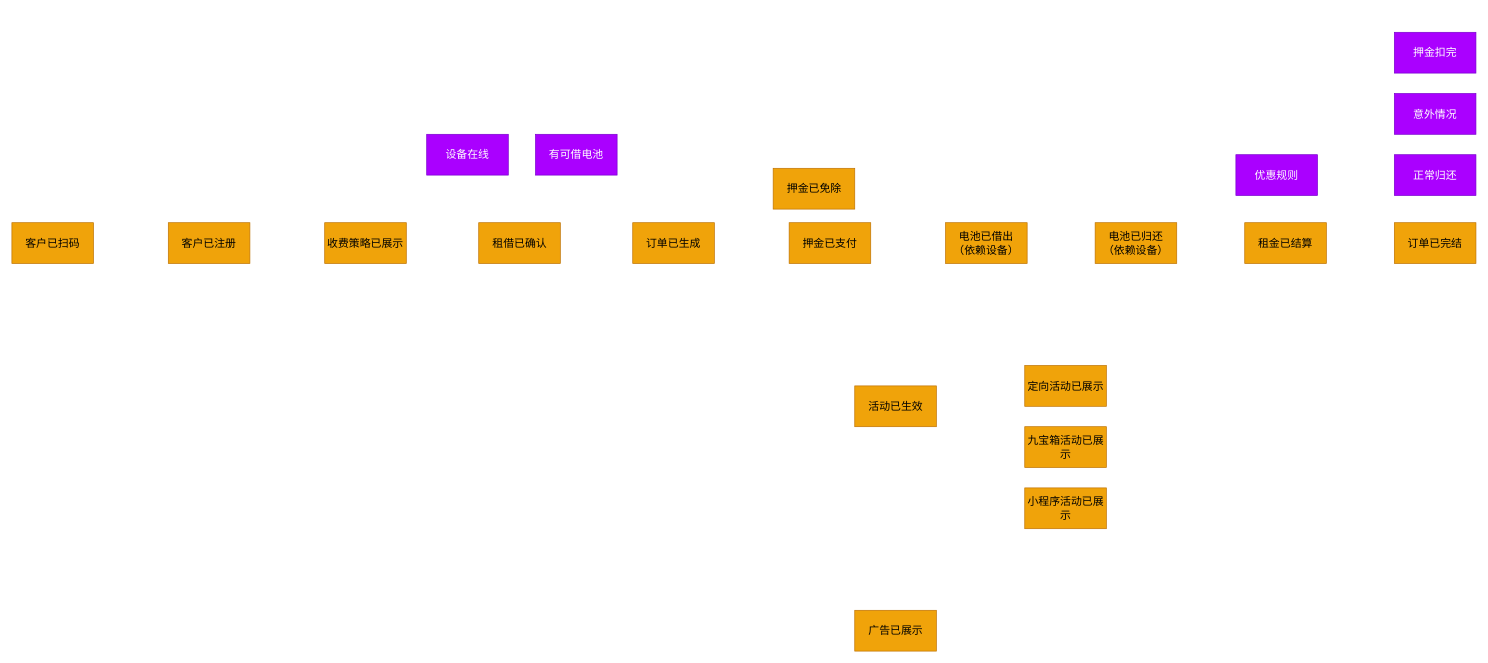
The draw.io diagram 业务事件.drawio in hacksport-666/EventStorming, before the edit. Source tidied: cells renumbered, new cells numbered last; positions are measured from the earlier drawing's top-left corner, leaving out a move shared by most shapes. Both pictures are drawn from the tidied source at 68%, with x=0, y=0 at pixel (12, 32).
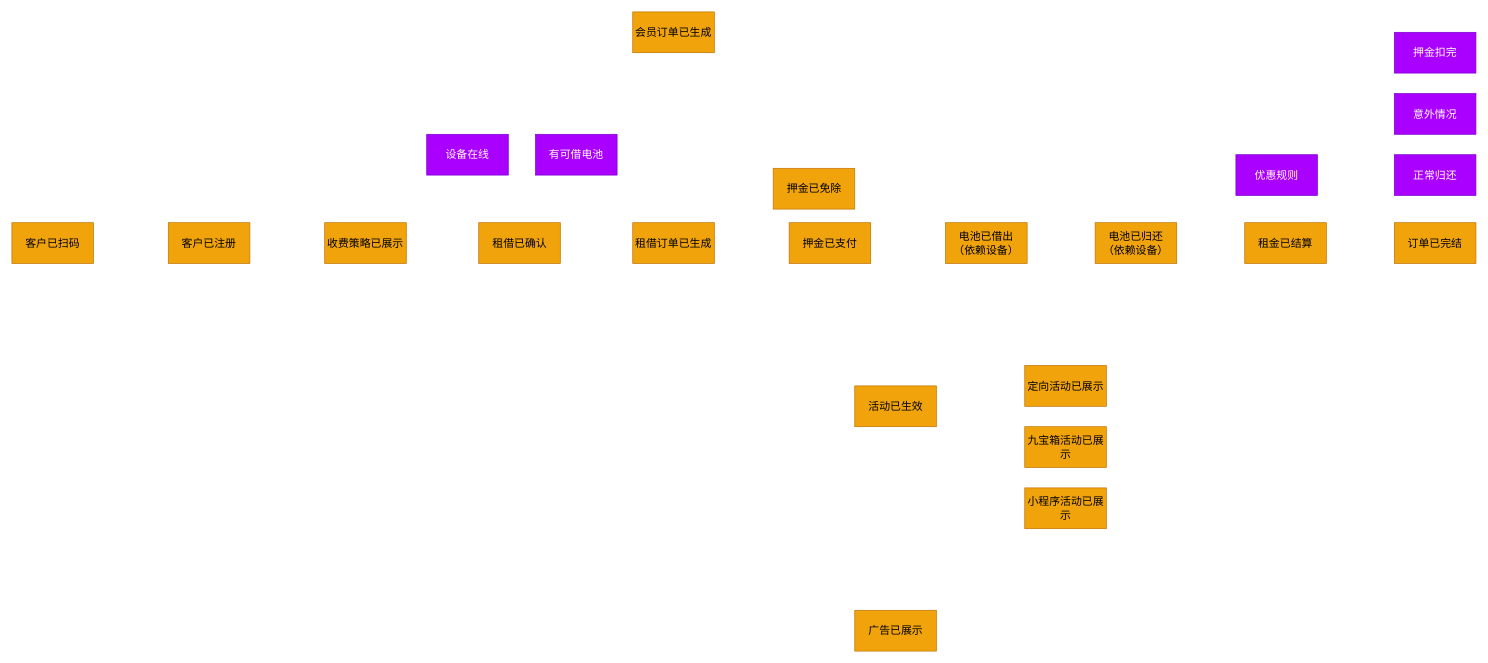
The same page after the edit.

Change to the diagram source:
```diff
@@
-    <mxCell id="7" value="订单已生成" style="rounded=0;whiteSpace=wrap;html=1;strokeColor=#BD7000;fillColor=#f0a30a;fontSize=16;" parent="1" vertex="1">
+    <mxCell id="7" value="租借订单已生成" style="rounded=0;whiteSpace=wrap;html=1;strokeColor=#BD7000;fillColor=#f0a30a;fontSize=16;" parent="1" vertex="1">
       <mxGeometry x="913" y="280" width="120" height="60" as="geometry" />
     </mxCell>
@@
+    <mxCell id="24" value="会员订单已生成" style="rounded=0;whiteSpace=wrap;html=1;strokeColor=#BD7000;fillColor=#f0a30a;fontSize=16;" parent="1" vertex="1">
+      <mxGeometry x="913" y="-30" width="120" height="60" as="geometry" />
+    </mxCell>
```
